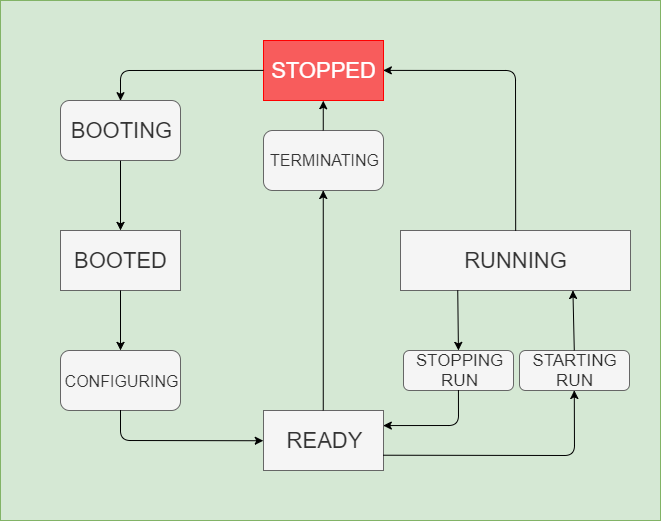
Earlier version of the draw.io export artdaq-runcontrol/resources/images/StateDiagram_stopped.png (ikatza/ArtDaq-RunControl-GUI). Source tidied: cells renumbered, new cells last; positions are measured from the earlier drawing's top-left corner, leaving out a move shared by most shapes.
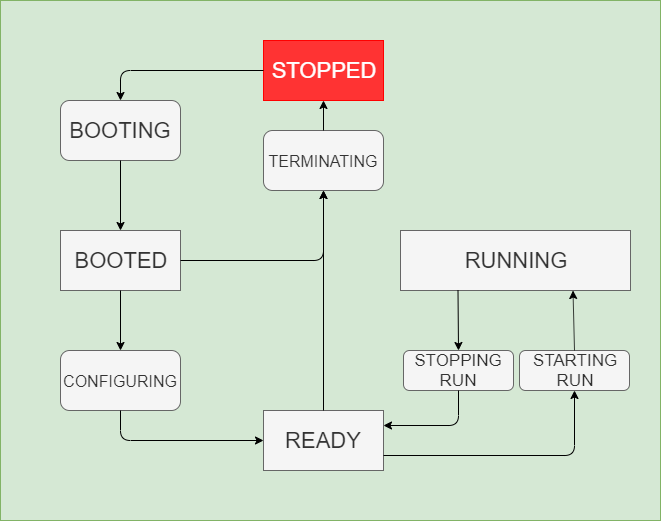
The same file after the commit.

The edit, as a diff of the source:
```diff
@@ -5,7 +5,7 @@
     <mxCell id="2" style="rounded=0;whiteSpace=wrap;html=1;fillColor=#d5e8d4;strokeColor=#82b366;" parent="1" vertex="1">
       <mxGeometry width="660" height="520" as="geometry" />
     </mxCell>
-    <mxCell id="3" value="&lt;span&gt;&lt;font style=&quot;font-size: 22px&quot; color=&quot;#ffffff&quot;&gt;STOPPED&lt;/font&gt;&lt;/span&gt;" style="rounded=0;whiteSpace=wrap;html=1;fillColor=#F85C5C;strokeColor=#FF0000;fontColor=#333333;" parent="1" vertex="1">
+    <mxCell id="3" value="&lt;span&gt;&lt;font style=&quot;font-size: 22px&quot;&gt;STOPPED&lt;/font&gt;&lt;/span&gt;" style="rounded=0;whiteSpace=wrap;html=1;fillColor=#FF3333;strokeColor=#FF0000;fontColor=#ffffff;" parent="1" vertex="1">
       <mxGeometry x="263" y="40" width="120" height="60" as="geometry" />
     </mxCell>
     <mxCell id="4" value="&lt;span&gt;&lt;font style=&quot;font-size: 22px&quot;&gt;BOOTED&lt;/font&gt;&lt;/span&gt;" style="rounded=0;whiteSpace=wrap;html=1;fillColor=#f5f5f5;strokeColor=#666666;fontColor=#333333;" parent="1" vertex="1">
@@ -46,44 +46,44 @@
     <mxCell id="13" value="&lt;font style=&quot;font-size: 17px&quot;&gt;STARTING&lt;br&gt;RUN&lt;br&gt;&lt;/font&gt;" style="rounded=1;whiteSpace=wrap;html=1;fillColor=#f5f5f5;strokeColor=#666666;fontColor=#333333;" parent="1" vertex="1">
       <mxGeometry x="519" y="350" width="110" height="40" as="geometry" />
     </mxCell>
-    <mxCell id="14" style="endArrow=classic;html=1;entryX=1;entryY=0.5;entryDx=0;entryDy=0;exitX=0.5;exitY=0;exitDx=0;exitDy=0;" parent="1" edge="1" source="7" target="3">
-      <mxGeometry relative="1" as="geometry">
-        <Array as="points">
-          <mxPoint x="515" y="70" />
-        </Array>
-      </mxGeometry>
+    <mxCell id="14" value="&lt;font style=&quot;font-size: 17px&quot;&gt;STOPPING&lt;br&gt;RUN&lt;br&gt;&lt;/font&gt;" style="rounded=1;whiteSpace=wrap;html=1;fillColor=#f5f5f5;strokeColor=#666666;fontColor=#333333;" parent="1" vertex="1">
+      <mxGeometry x="403" y="350" width="110" height="40" as="geometry" />
     </mxCell>
-    <mxCell id="15" value="&lt;font style=&quot;font-size: 17px&quot;&gt;STOPPING&lt;br&gt;RUN&lt;br&gt;&lt;/font&gt;" style="rounded=1;whiteSpace=wrap;html=1;fillColor=#f5f5f5;strokeColor=#666666;fontColor=#333333;" parent="1" vertex="1">
-      <mxGeometry x="403" y="350" width="110" height="40" as="geometry" />
+    <mxCell id="15" style="endArrow=classic;html=1;entryX=0.75;entryY=1;entryDx=0;entryDy=0;exitX=0.5;exitY=0;exitDx=0;exitDy=0;" parent="1" edge="1" source="13" target="7">
+      <mxGeometry relative="1" as="geometry" />
     </mxCell>
-    <mxCell id="16" style="endArrow=classic;html=1;entryX=0.75;entryY=1;entryDx=0;entryDy=0;exitX=0.5;exitY=0;exitDx=0;exitDy=0;" parent="1" edge="1" source="13" target="7">
+    <mxCell id="16" style="endArrow=classic;html=1;exitX=0.25;exitY=1;exitDx=0;exitDy=0;entryX=0.5;entryY=0;entryDx=0;entryDy=0;" parent="1" edge="1" source="7" target="14">
       <mxGeometry relative="1" as="geometry" />
     </mxCell>
-    <mxCell id="17" style="endArrow=classic;html=1;exitX=0.25;exitY=1;exitDx=0;exitDy=0;entryX=0.5;entryY=0;entryDx=0;entryDy=0;" parent="1" edge="1" source="7" target="15">
-      <mxGeometry relative="1" as="geometry" />
+    <mxCell id="17" style="endArrow=classic;html=1;entryX=0.5;entryY=1;entryDx=0;entryDy=0;exitX=1;exitY=0.75;exitDx=0;exitDy=0;" parent="1" edge="1" source="5" target="13">
+      <mxGeometry relative="1" as="geometry">
+        <Array as="points">
+          <mxPoint x="574" y="455" />
+        </Array>
+      </mxGeometry>
     </mxCell>
-    <mxCell id="18" style="endArrow=classic;html=1;entryX=0.5;entryY=1;entryDx=0;entryDy=0;exitX=1;exitY=0.75;exitDx=0;exitDy=0;" parent="1" edge="1" source="5" target="13">
+    <mxCell id="18" style="endArrow=classic;html=1;exitX=0.5;exitY=1;exitDx=0;exitDy=0;entryX=1;entryY=0.25;entryDx=0;entryDy=0;" parent="1" edge="1" source="14" target="5">
       <mxGeometry relative="1" as="geometry">
         <Array as="points">
-          <mxPoint x="574" y="455" />
+          <mxPoint x="458" y="425" />
         </Array>
       </mxGeometry>
     </mxCell>
-    <mxCell id="19" style="endArrow=classic;html=1;exitX=0.5;exitY=1;exitDx=0;exitDy=0;entryX=1;entryY=0.25;entryDx=0;entryDy=0;" parent="1" edge="1" source="15" target="5">
-      <mxGeometry relative="1" as="geometry">
-        <Array as="points">
-          <mxPoint x="458" y="425" />
-        </Array>
-      </mxGeometry>
+    <mxCell id="19" value="&lt;font style=&quot;font-size: 16px&quot;&gt;TERMINATING&lt;/font&gt;" style="rounded=1;whiteSpace=wrap;html=1;fillColor=#f5f5f5;strokeColor=#666666;fontColor=#333333;" parent="1" vertex="1">
+      <mxGeometry x="263" y="130" width="120" height="60" as="geometry" />
     </mxCell>
-    <mxCell id="20" value="&lt;font style=&quot;font-size: 16px&quot;&gt;TERMINATING&lt;/font&gt;" style="rounded=1;whiteSpace=wrap;html=1;fillColor=#f5f5f5;strokeColor=#666666;fontColor=#333333;" parent="1" vertex="1">
-      <mxGeometry x="263" y="130" width="120" height="60" as="geometry" />
+    <mxCell id="20" style="endArrow=classic;html=1;entryX=0.5;entryY=1;entryDx=0;entryDy=0;exitX=0.5;exitY=0;exitDx=0;exitDy=0;" parent="1" edge="1" source="19" target="3">
+      <mxGeometry relative="1" as="geometry" />
     </mxCell>
-    <mxCell id="21" style="endArrow=classic;html=1;entryX=0.5;entryY=1;entryDx=0;entryDy=0;exitX=0.5;exitY=0;exitDx=0;exitDy=0;" parent="1" edge="1" source="20" target="3">
+    <mxCell id="21" style="endArrow=classic;html=1;entryX=0.5;entryY=1;entryDx=0;entryDy=0;exitX=0.5;exitY=0;exitDx=0;exitDy=0;" parent="1" edge="1" source="5" target="19">
       <mxGeometry relative="1" as="geometry" />
     </mxCell>
-    <mxCell id="22" style="endArrow=classic;html=1;entryX=0.5;entryY=1;entryDx=0;entryDy=0;exitX=0.5;exitY=0;exitDx=0;exitDy=0;" parent="1" edge="1" source="5" target="20">
-      <mxGeometry relative="1" as="geometry" />
+    <mxCell id="22" style="endArrow=classic;html=1;exitX=1;exitY=0.5;exitDx=0;exitDy=0;entryX=0.5;entryY=1;entryDx=0;entryDy=0;" parent="1" edge="1" source="4" target="19">
+      <mxGeometry relative="1" as="geometry">
+        <Array as="points">
+          <mxPoint x="323" y="260" />
+        </Array>
+      </mxGeometry>
     </mxCell>
   </root>
 </mxGraphModel>
```
